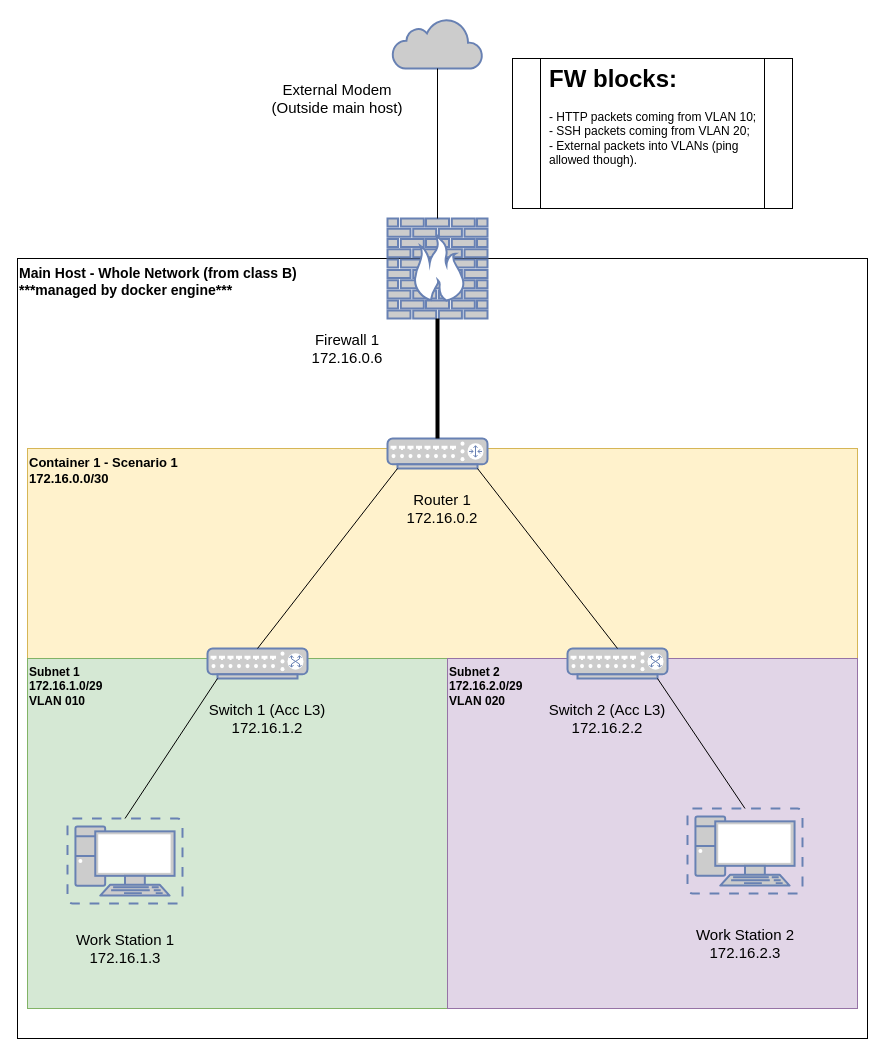
Earlier version of the draw.io diagram scenario-2/topology-2.drawio (AlmeidaCaio/computer-networks-tests). Source tidied: cells renumbered, new cells numbered last; positions are measured from the earlier drawing's top-left corner, leaving out a move shared by most shapes. Both pictures are drawn from the tidied source at 100%, with x=0, y=0 at pixel (17, 18).
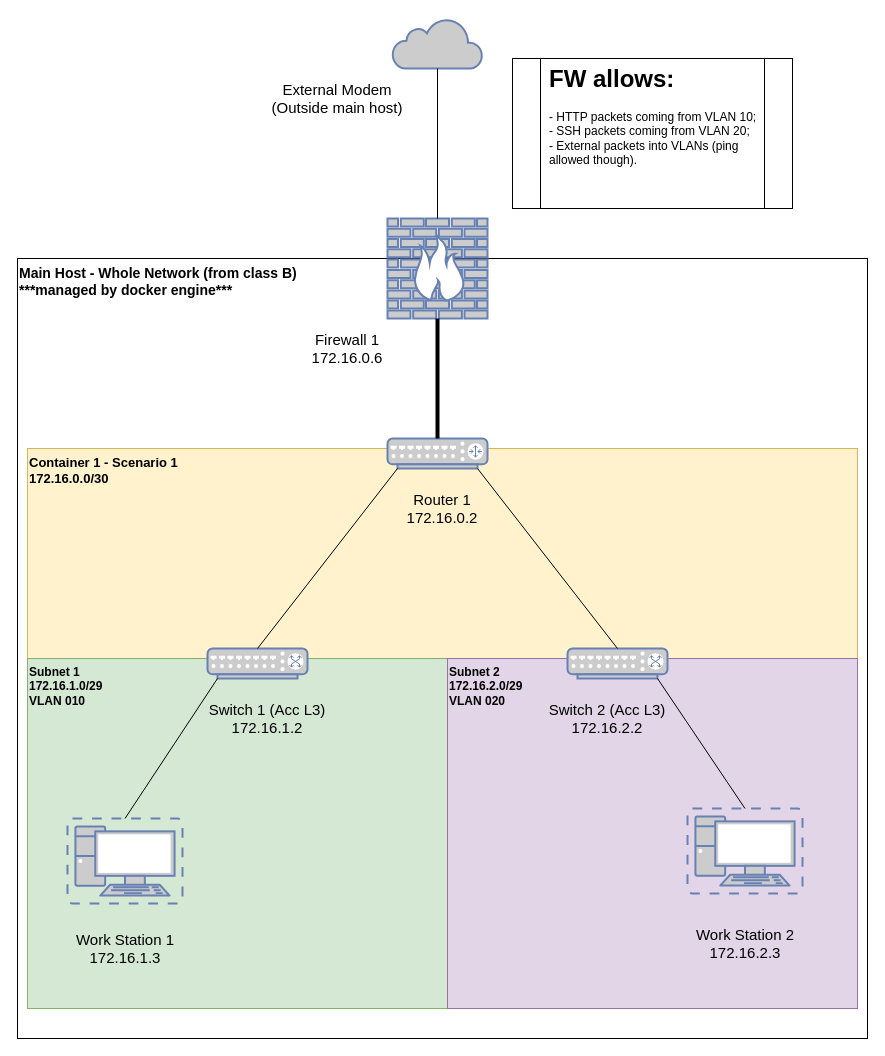
After the change.

Commit message (it also covers changes not shown here):
wip: firewall config rules -> to fix: switch can't ping to pw

The edit, as a diff of the source:
```diff
@@
-    <mxCell id="27" value="&lt;h1 style=&quot;margin-top: 0px;&quot;&gt;FW blocks:&lt;/h1&gt;&lt;p&gt;&lt;span style=&quot;background-color: transparent; color: light-dark(rgb(0, 0, 0), rgb(255, 255, 255));&quot;&gt;- HTTP packets coming from VLAN 10;&lt;br&gt;&lt;/span&gt;&lt;span style=&quot;background-color: transparent; color: light-dark(rgb(0, 0, 0), rgb(255, 255, 255));&quot;&gt;- SSH packets coming from VLAN 20;&lt;br&gt;- External packets into VLANs (ping allowed though).&lt;/span&gt;&lt;/p&gt;" style="text;html=1;whiteSpace=wrap;overflow=hidden;rounded=0;" parent="1" vertex="1">
+    <mxCell id="27" value="&lt;h1 style=&quot;margin-top: 0px;&quot;&gt;FW allows:&lt;/h1&gt;&lt;p&gt;&lt;span style=&quot;background-color: transparent; color: light-dark(rgb(0, 0, 0), rgb(255, 255, 255));&quot;&gt;- HTTP packets coming from VLAN 10;&lt;br&gt;&lt;/span&gt;&lt;span style=&quot;background-color: transparent; color: light-dark(rgb(0, 0, 0), rgb(255, 255, 255));&quot;&gt;- SSH packets coming from VLAN 20;&lt;br&gt;- External packets into VLANs (ping allowed though).&lt;/span&gt;&lt;/p&gt;" style="text;html=1;whiteSpace=wrap;overflow=hidden;rounded=0;" parent="1" vertex="1">
       <mxGeometry x="530" y="40" width="210" height="150" as="geometry" />
     </mxCell>
```
